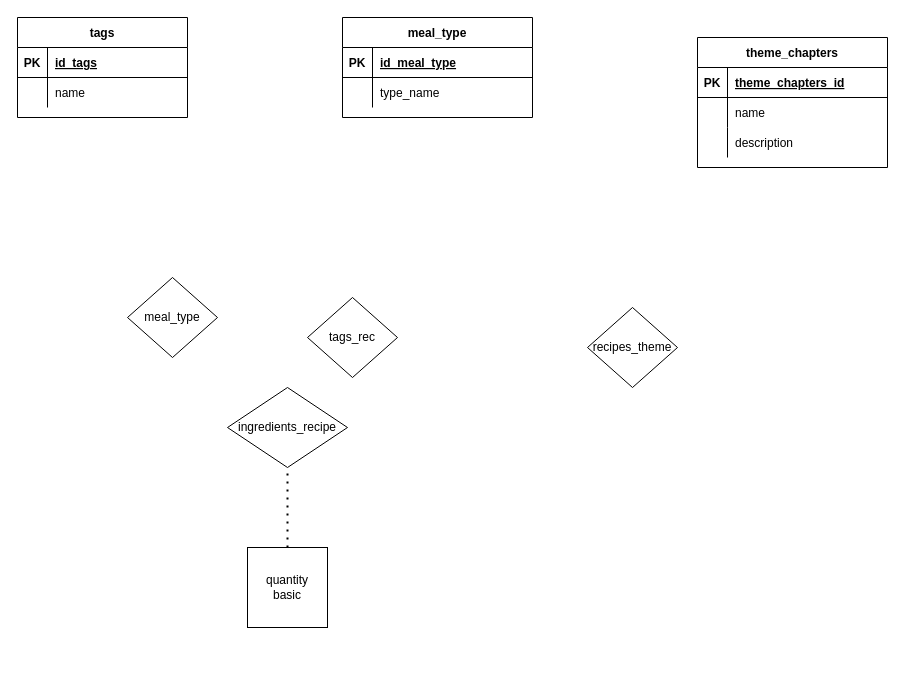
Georgeandro/Masterchef-Database keeps this draw.io diagram as Ανώνυμο διάγραμμα.drawio. Above is the earlier version. Source tidied: cells renumbered, new cells numbered last; positions are measured from the earlier drawing's top-left corner, leaving out a move shared by most shapes. Both pictures are drawn from the tidied source at 100%, with x=0, y=0 at pixel (17, 17).
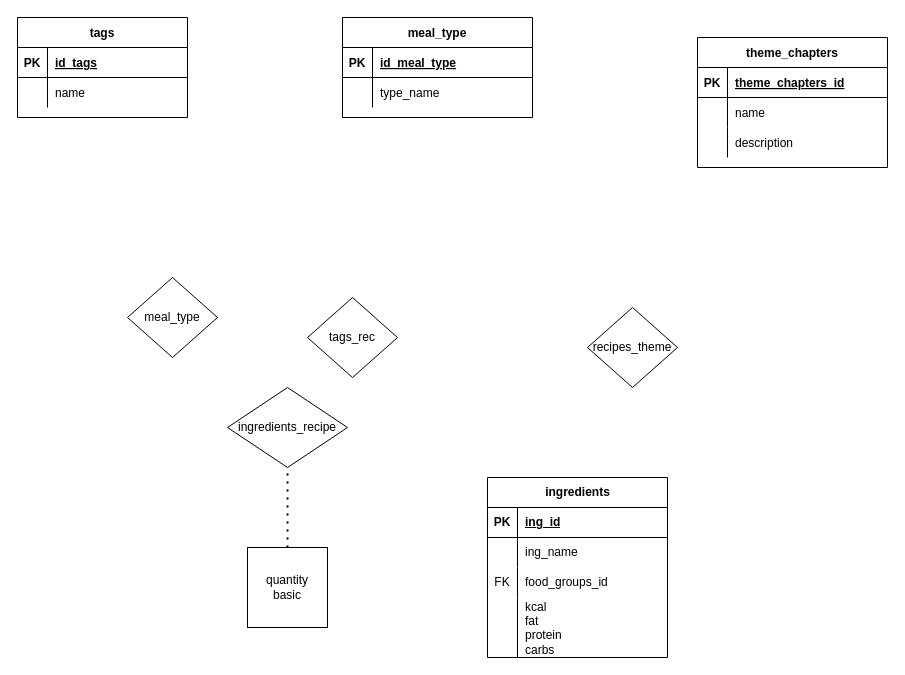
After the change.

What changed in the source:
```diff
@@
+    <mxCell id="32" value="ingredients" style="shape=table;startSize=30;childLayout=tableLayout;rowLines=0;fontStyle=1;align=center;html=1;" parent="1" vertex="1">
+      <mxGeometry x="470" y="460" width="180" height="180" as="geometry" />
+    </mxCell>
+    <mxCell id="33" style="shape=tableRow;horizontal=0;startSize=0;swimlaneHead=0;swimlaneBody=0;fillColor=none;top=0;left=0;right=0;bottom=1;" parent="32" vertex="1">
+      <mxGeometry y="30" width="180" height="30" as="geometry" />
+    </mxCell>
+    <mxCell id="34" value="PK" style="shape=partialRectangle;fillColor=none;top=0;left=0;bottom=0;right=0;fontStyle=1;overflow=hidden;whiteSpace=wrap;html=1;" parent="33" vertex="1">
+      <mxGeometry width="30" height="30" as="geometry" />
+    </mxCell>
+    <mxCell id="35" value="ing_id" style="shape=partialRectangle;fillColor=none;top=0;left=0;bottom=0;right=0;align=left;spacingLeft=6;fontStyle=5;overflow=hidden;whiteSpace=wrap;html=1;" parent="33" vertex="1">
+      <mxGeometry x="30" width="150" height="30" as="geometry" />
+    </mxCell>
+    <mxCell id="36" style="shape=tableRow;horizontal=0;startSize=0;swimlaneHead=0;swimlaneBody=0;fillColor=none;top=0;left=0;right=0;bottom=0;" parent="32" vertex="1">
+      <mxGeometry y="60" width="180" height="30" as="geometry" />
+    </mxCell>
+    <mxCell id="37" style="shape=partialRectangle;fillColor=none;top=0;left=0;bottom=0;right=0;overflow=hidden;whiteSpace=wrap;html=1;" parent="36" vertex="1">
+      <mxGeometry width="30" height="30" as="geometry" />
+    </mxCell>
+    <mxCell id="38" value="ing_name" style="shape=partialRectangle;fillColor=none;top=0;left=0;bottom=0;right=0;align=left;spacingLeft=6;overflow=hidden;whiteSpace=wrap;html=1;" parent="36" vertex="1">
+      <mxGeometry x="30" width="150" height="30" as="geometry" />
+    </mxCell>
+    <mxCell id="39" style="shape=tableRow;horizontal=0;startSize=0;swimlaneHead=0;swimlaneBody=0;fillColor=none;top=0;left=0;right=0;bottom=0;" parent="32" vertex="1">
+      <mxGeometry y="90" width="180" height="30" as="geometry" />
+    </mxCell>
+    <mxCell id="40" value="FK" style="shape=partialRectangle;fillColor=none;top=0;left=0;bottom=0;right=0;overflow=hidden;whiteSpace=wrap;html=1;" parent="39" vertex="1">
+      <mxGeometry width="30" height="30" as="geometry" />
+    </mxCell>
+    <mxCell id="41" value="food_groups_id" style="shape=partialRectangle;fillColor=none;top=0;left=0;bottom=0;right=0;align=left;spacingLeft=6;overflow=hidden;whiteSpace=wrap;html=1;" parent="39" vertex="1">
+      <mxGeometry x="30" width="150" height="30" as="geometry" />
+    </mxCell>
+    <mxCell id="42" style="shape=tableRow;horizontal=0;startSize=0;swimlaneHead=0;swimlaneBody=0;fillColor=none;top=0;left=0;right=0;bottom=0;" parent="32" vertex="1">
+      <mxGeometry y="120" width="180" height="60" as="geometry" />
+    </mxCell>
+    <mxCell id="43" style="shape=partialRectangle;fillColor=none;top=0;left=0;bottom=0;right=0;overflow=hidden;whiteSpace=wrap;html=1;" parent="42" vertex="1">
+      <mxGeometry width="30" height="60" as="geometry" />
+    </mxCell>
+    <mxCell id="44" value="kcal&lt;div&gt;fat&lt;/div&gt;&lt;div&gt;protein&lt;/div&gt;&lt;div&gt;carbs&lt;/div&gt;" style="shape=partialRectangle;fillColor=none;top=0;left=0;bottom=0;right=0;align=left;spacingLeft=6;overflow=hidden;whiteSpace=wrap;html=1;" parent="42" vertex="1">
+      <mxGeometry x="30" width="150" height="60" as="geometry" />
+    </mxCell>
```
